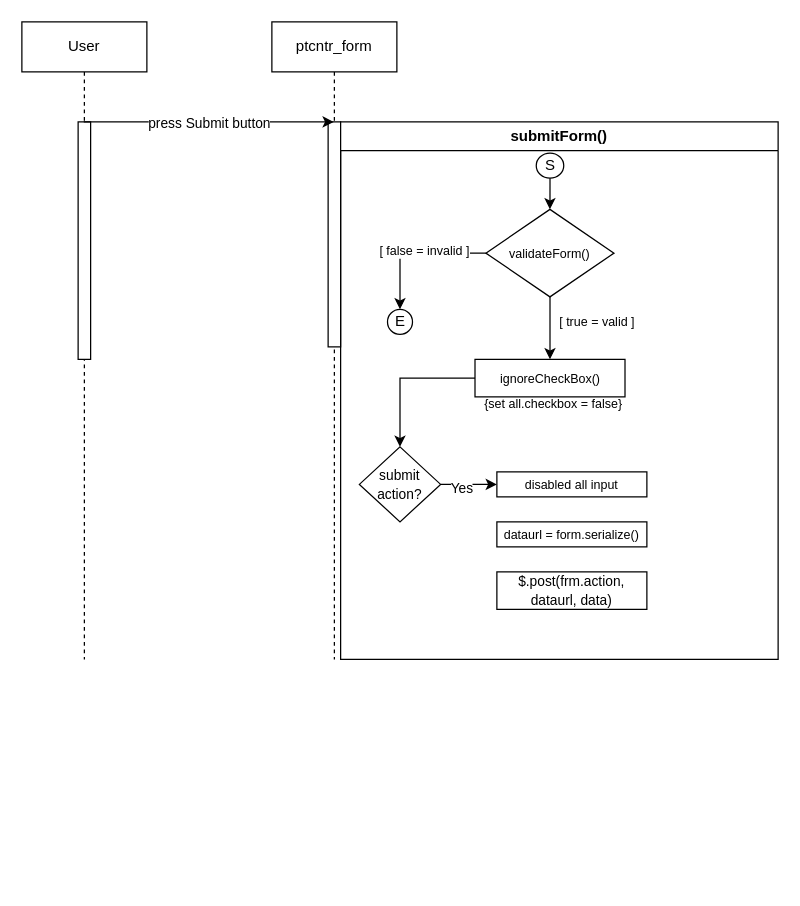
This is page "ptcntr_form" (1 of 2) of Contract_Input_Form SequenceDiagram.drawio from mujianlo/hrpt_drawio, a draw.io file, before an edit. Source tidied: cells renumbered, new cells numbered last; positions are measured from the earlier drawing's top-left corner, leaving out a move shared by most shapes. Both pictures are drawn from the tidied source at 125%, with x=0, y=0 at pixel (21, 21).
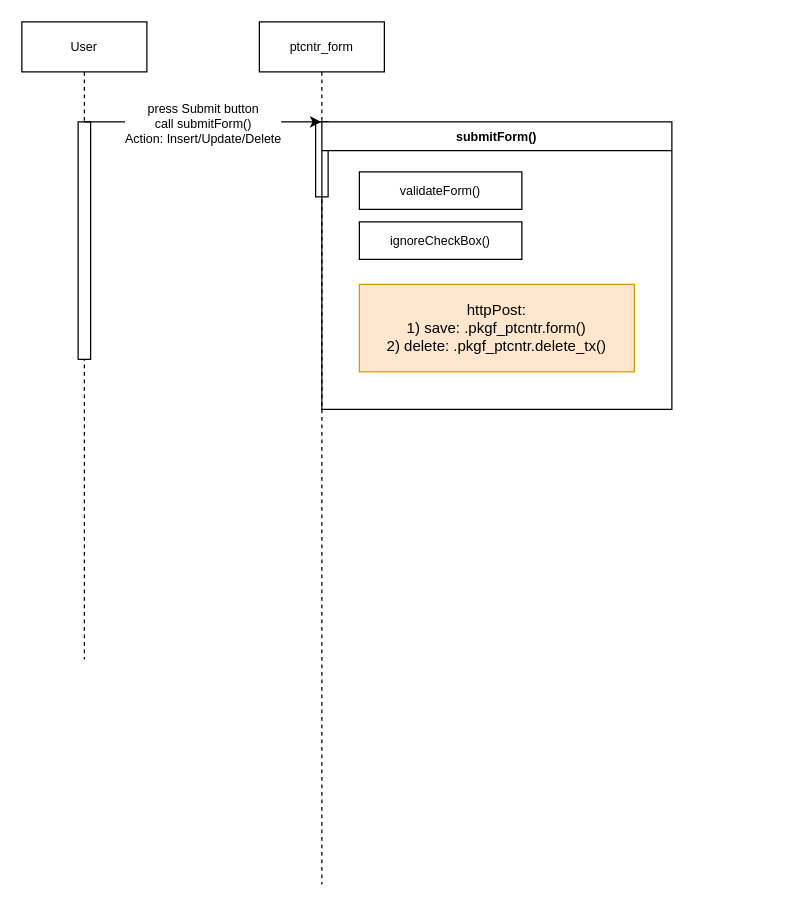
The same diagram, later.

Diff of the diagram source:
```diff
@@
-    <mxCell id="2" value="&lt;div&gt;ptcntr_form &lt;br&gt;&lt;/div&gt;" style="shape=umlLifeline;perimeter=lifelinePerimeter;whiteSpace=wrap;html=1;outlineConnect=0;portConstraint=eastwest;newEdgeStyle={&quot;edgeStyle&quot;:&quot;elbowEdgeStyle&quot;,&quot;elbow&quot;:&quot;vertical&quot;,&quot;curved&quot;:0,&quot;rounded&quot;:0};" parent="1" vertex="1">
-      <mxGeometry x="200" width="100" height="510" as="geometry" />
+    <mxCell id="2" value="&lt;div style=&quot;font-size: 10px;&quot;&gt;ptcntr_form &lt;br style=&quot;font-size: 10px;&quot;&gt;&lt;/div&gt;" style="shape=umlLifeline;perimeter=lifelinePerimeter;whiteSpace=wrap;html=1;outlineConnect=0;portConstraint=eastwest;newEdgeStyle={&quot;edgeStyle&quot;:&quot;elbowEdgeStyle&quot;,&quot;elbow&quot;:&quot;vertical&quot;,&quot;curved&quot;:0,&quot;rounded&quot;:0};fontSize=10;" parent="1" vertex="1">
+      <mxGeometry x="190" width="100" height="690" as="geometry" />
     </mxCell>
-    <mxCell id="3" style="html=1;perimeter=orthogonalPerimeter;targetShapes=umlLifeline;newEdgeStyle={&quot;edgeStyle&quot;:&quot;elbowEdgeStyle&quot;,&quot;elbow&quot;:&quot;vertical&quot;,&quot;curved&quot;:0,&quot;rounded&quot;:0};" parent="2" vertex="1">
-      <mxGeometry x="45" y="80" width="10" height="180" as="geometry" />
+    <mxCell id="3" style="html=1;perimeter=orthogonalPerimeter;targetShapes=umlLifeline;newEdgeStyle={&quot;edgeStyle&quot;:&quot;elbowEdgeStyle&quot;,&quot;elbow&quot;:&quot;vertical&quot;,&quot;curved&quot;:0,&quot;rounded&quot;:0};fontSize=10;" parent="2" vertex="1">
+      <mxGeometry x="45" y="80" width="10" height="60" as="geometry" />
     </mxCell>
-    <mxCell id="4" value="User" style="shape=umlLifeline;perimeter=lifelinePerimeter;whiteSpace=wrap;html=1;outlineConnect=0;portConstraint=eastwest;newEdgeStyle={&quot;edgeStyle&quot;:&quot;elbowEdgeStyle&quot;,&quot;elbow&quot;:&quot;vertical&quot;,&quot;curved&quot;:0,&quot;rounded&quot;:0};" parent="1" vertex="1">
+    <mxCell id="4" value="User" style="shape=umlLifeline;perimeter=lifelinePerimeter;whiteSpace=wrap;html=1;outlineConnect=0;portConstraint=eastwest;newEdgeStyle={&quot;edgeStyle&quot;:&quot;elbowEdgeStyle&quot;,&quot;elbow&quot;:&quot;vertical&quot;,&quot;curved&quot;:0,&quot;rounded&quot;:0};fontSize=10;" parent="1" vertex="1">
       <mxGeometry width="100" height="510" as="geometry" />
     </mxCell>
-    <mxCell id="5" style="html=1;perimeter=orthogonalPerimeter;targetShapes=umlLifeline;newEdgeStyle={&quot;edgeStyle&quot;:&quot;elbowEdgeStyle&quot;,&quot;elbow&quot;:&quot;vertical&quot;,&quot;curved&quot;:0,&quot;rounded&quot;:0};" parent="4" vertex="1">
+    <mxCell id="5" style="html=1;perimeter=orthogonalPerimeter;targetShapes=umlLifeline;newEdgeStyle={&quot;edgeStyle&quot;:&quot;elbowEdgeStyle&quot;,&quot;elbow&quot;:&quot;vertical&quot;,&quot;curved&quot;:0,&quot;rounded&quot;:0};fontSize=10;" parent="4" vertex="1">
       <mxGeometry x="45" y="80" width="10" height="190" as="geometry" />
     </mxCell>
-    <mxCell id="6" style="endArrow=classic;html=1;rounded=0;" parent="1" edge="1" source="4" target="2">
+    <mxCell id="6" style="endArrow=classic;html=1;rounded=0;fontSize=10;" parent="1" edge="1" source="4" target="2">
       <mxGeometry relative="1" as="geometry">
         <Array as="points">
           <mxPoint x="130" y="80" />
         </Array>
       </mxGeometry>
     </mxCell>
-    <mxCell id="7" value="press Submit button" style="edgeLabel;html=1;align=center;verticalAlign=middle;" parent="6" vertex="1">
+    <mxCell id="7" value="&lt;font style=&quot;font-size: 10px;&quot;&gt;press Submit button&lt;/font&gt;&lt;br style=&quot;font-size: 10px;&quot;&gt;call submitForm()&lt;br&gt;Action: Insert/Update/Delete" style="edgeLabel;html=1;align=center;verticalAlign=middle;fontSize=10;" parent="6" vertex="1">
       <mxGeometry relative="1" as="geometry" />
     </mxCell>
-    <mxCell id="8" value="submitForm()" style="swimlane;whiteSpace=wrap;html=1;" parent="1" vertex="1">
-      <mxGeometry x="255" y="80" width="350" height="430" as="geometry" />
+    <mxCell id="8" value="submitForm()" style="swimlane;whiteSpace=wrap;html=1;fontSize=10;" parent="1" vertex="1">
+      <mxGeometry x="240" y="80" width="280" height="230" as="geometry" />
     </mxCell>
-    <mxCell id="9" value="S" style="ellipse;whiteSpace=wrap;html=1;" parent="8" vertex="1">
-      <mxGeometry x="156.5" y="25" width="22" height="20" as="geometry" />
-    </mxCell>
-    <mxCell id="10" style="edgeStyle=orthogonalEdgeStyle;rounded=0;jettySize=auto;html=1;entryX=0.5;entryY=0;entryDx=0;entryDy=0;" parent="8" edge="1" source="9" target="11">
-      <mxGeometry relative="1" as="geometry" />
-    </mxCell>
-    <mxCell id="11" value="&lt;font style=&quot;font-size: 10px;&quot;&gt;validateForm()&lt;/font&gt;" style="rhombus;whiteSpace=wrap;html=1;" parent="8" vertex="1">
-      <mxGeometry x="116.2" y="70" width="102.5" height="70" as="geometry" />
+    <mxCell id="11" value="validateForm()" style="whiteSpace=wrap;html=1;fontSize=10;" parent="8" vertex="1">
+      <mxGeometry x="30" y="40" width="130" height="30" as="geometry" />
     </mxCell>
-    <mxCell id="12" value="E" style="ellipse;whiteSpace=wrap;html=1;" parent="8" vertex="1">
-      <mxGeometry x="37.5" y="150" width="20" height="20" as="geometry" />
-    </mxCell>
-    <mxCell id="13" style="edgeStyle=orthogonalEdgeStyle;rounded=0;jettySize=auto;html=1;exitX=0;exitY=0.5;exitDx=0;exitDy=0;" parent="8" edge="1" source="11" target="12">
-      <mxGeometry relative="1" as="geometry" />
-    </mxCell>
-    <mxCell id="14" value="&lt;font style=&quot;font-size: 10px;&quot;&gt;[ false = invalid ]&lt;/font&gt;" style="edgeLabel;html=1;align=center;verticalAlign=middle;" parent="13" vertex="1">
-      <mxGeometry x="-0.12" y="-3" relative="1" as="geometry" />
-    </mxCell>
-    <mxCell id="15" value="&lt;font style=&quot;font-size: 10px;&quot;&gt;{set all.checkbox = false}&lt;/font&gt;" style="text;html=1;align=center;verticalAlign=middle;whiteSpace=wrap;rounded=0;" parent="8" vertex="1">
-      <mxGeometry x="107.5" y="210" width="125" height="30" as="geometry" />
-    </mxCell>
-    <mxCell id="16" style="edgeStyle=orthogonalEdgeStyle;rounded=0;jettySize=auto;html=1;" parent="8" edge="1" source="17" target="22">
-      <mxGeometry relative="1" as="geometry" />
-    </mxCell>
-    <mxCell id="17" value="&lt;font style=&quot;font-size: 10px;&quot;&gt;ignoreCheckBox()&lt;/font&gt;" style="rounded=0;whiteSpace=wrap;html=1;" parent="8" vertex="1">
-      <mxGeometry x="107.5" y="190" width="120" height="30" as="geometry" />
+    <mxCell id="17" value="&lt;font style=&quot;font-size: 10px;&quot;&gt;ignoreCheckBox()&lt;/font&gt;" style="whiteSpace=wrap;html=1;" parent="8" vertex="1">
+      <mxGeometry x="30" y="80" width="130" height="30" as="geometry" />
     </mxCell>
-    <mxCell id="18" style="edgeStyle=orthogonalEdgeStyle;rounded=0;jettySize=auto;html=1;" parent="8" edge="1" source="11" target="17">
-      <mxGeometry relative="1" as="geometry" />
-    </mxCell>
-    <mxCell id="19" value="&lt;font style=&quot;font-size: 10px;&quot;&gt;[ true = valid ]&lt;/font&gt;" style="edgeLabel;html=1;align=center;verticalAlign=middle;" parent="18" vertex="1">
-      <mxGeometry x="-0.34" y="-1" relative="1" as="geometry">
-        <mxPoint x="38" y="3" as="offset" />
-      </mxGeometry>
-    </mxCell>
-    <mxCell id="20" style="edgeStyle=orthogonalEdgeStyle;rounded=0;jettySize=auto;html=1;" parent="8" edge="1" source="22" target="23">
-      <mxGeometry relative="1" as="geometry" />
-    </mxCell>
-    <mxCell id="21" value="Yes" style="edgeLabel;html=1;align=center;verticalAlign=middle;" parent="20" vertex="1">
-      <mxGeometry x="-0.27" y="-2" relative="1" as="geometry" />
-    </mxCell>
-    <mxCell id="22" value="&lt;font style=&quot;font-size: 11px;&quot;&gt;submit action?&lt;/font&gt;" style="rhombus;whiteSpace=wrap;html=1;" parent="8" vertex="1">
-      <mxGeometry x="15" y="260" width="65" height="60" as="geometry" />
-    </mxCell>
-    <mxCell id="23" value="&lt;font style=&quot;font-size: 10px;&quot;&gt;disabled all input&lt;br&gt;&lt;/font&gt;" style="rounded=0;whiteSpace=wrap;html=1;" parent="8" vertex="1">
-      <mxGeometry x="125" y="280" width="120" height="20" as="geometry" />
-    </mxCell>
-    <mxCell id="24" value="&lt;font style=&quot;font-size: 10px;&quot;&gt;dataurl = form.serialize()&lt;br&gt;&lt;/font&gt;" style="rounded=0;whiteSpace=wrap;html=1;" parent="8" vertex="1">
-      <mxGeometry x="125" y="320" width="120" height="20" as="geometry" />
-    </mxCell>
-    <mxCell id="25" value="&lt;font style=&quot;font-size: 11px;&quot;&gt;$.post(frm.action, dataurl, data)&lt;/font&gt;" style="rounded=0;whiteSpace=wrap;html=1;" parent="8" vertex="1">
-      <mxGeometry x="125" y="360" width="120" height="30" as="geometry" />
-    </mxCell>
+    <mxCell id="26" value="httpPost: &lt;br&gt;&lt;div&gt;1) save: .pkgf_ptcntr.form()&lt;/div&gt;&lt;div&gt;2) delete: .pkgf_ptcntr.delete_tx()&lt;br&gt;&lt;/div&gt;" style="whiteSpace=wrap;html=1;fillColor=#ffe6cc;strokeColor=#d79b00;align=center;" parent="8" vertex="1">
+      <mxGeometry x="30" y="130" width="220" height="70" as="geometry" />
+    </mxCell>
```
